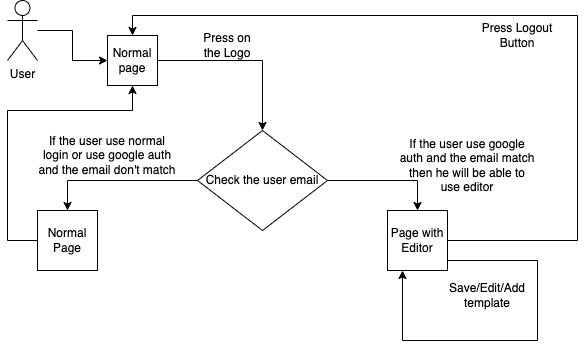
raulbanut/privacy-policy-app keeps this draw.io diagram as Flow Privacy App.png. Above is the earlier version. Source tidied: cells renumbered, new cells last; positions are measured from the earlier drawing's top-left corner, leaving out a move shared by most shapes.
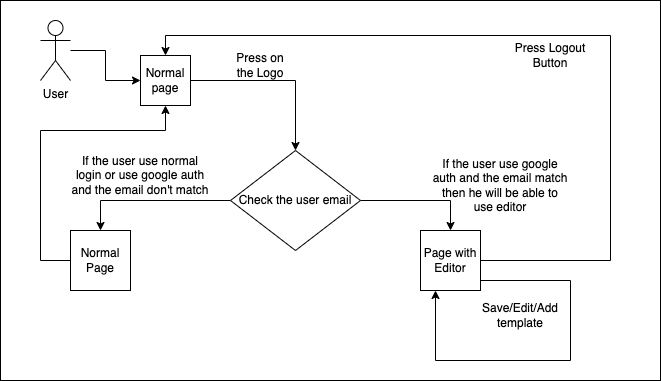
The same file after the commit.

Change to the diagram source:
```diff
@@ -2,6 +2,9 @@
   <root>
     <mxCell id="0" />
     <mxCell id="1" parent="0" />
+    <mxCell id="19" style="rounded=0;whiteSpace=wrap;html=1;" parent="1" vertex="1">
+      <mxGeometry x="-40" y="-20" width="660" height="380" as="geometry" />
+    </mxCell>
     <mxCell id="2" style="edgeStyle=orthogonalEdgeStyle;rounded=0;jettySize=auto;html=1;" parent="1" edge="1" source="3" target="13">
       <mxGeometry relative="1" as="geometry" />
     </mxCell>
```
